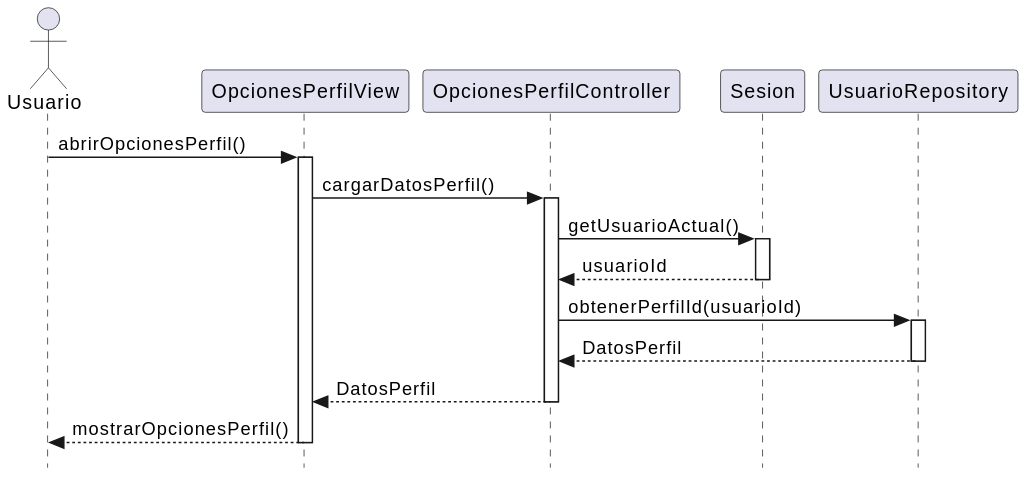
manuelmunoz8/25-26-idsw2-sdVC keeps this PlantUML diagram as RUP/02-diseño/imagenes/abrirOpcionesPerfil/abrirOpcionesPerfil.svg. Above is the earlier version. The source it was exported from:
```plantuml
@startuml
skinparam style strictuml

actor "Usuario" as user
participant "OpcionesPerfilView" as view
participant "OpcionesPerfilController" as controller
participant "Sesion" as sesion
participant "UsuarioRepository" as repo

user -> view : abrirOpcionesPerfil()
activate view
view -> controller : cargarDatosPerfil()
activate controller
controller -> sesion : getUsuarioActual()
activate sesion
sesion --> controller : usuarioId
deactivate sesion
controller -> repo : obtenerPerfilId(usuarioId)
activate repo
repo --> controller : DatosPerfil
deactivate repo
controller --> view : DatosPerfil
deactivate controller
view --> user : mostrarOpcionesPerfil()
deactivate view
@enduml
```
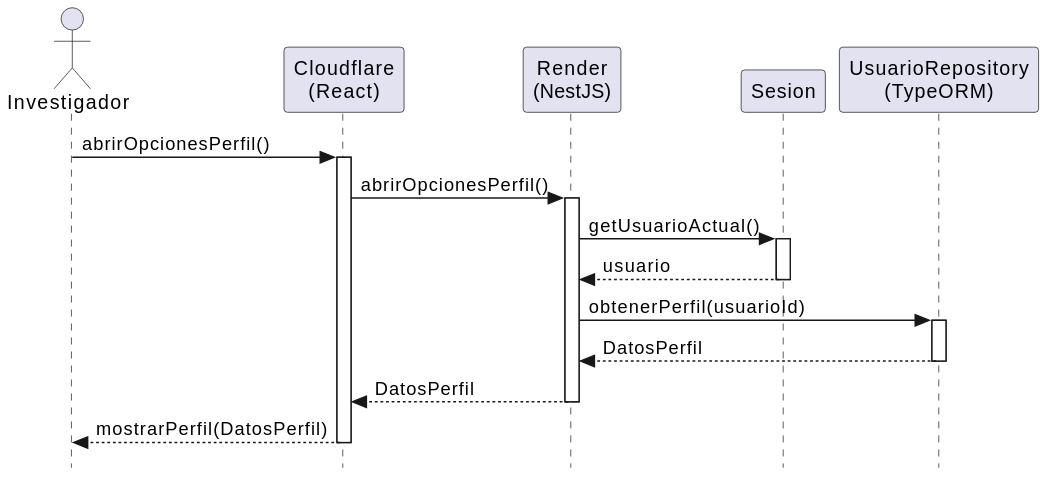
Above is the later version.

What changed in the source:
```diff
@@ -1,26 +1,36 @@
 @startuml
 skinparam style strictuml
+skinparam backgroundColor white
+skinparam shadowing false
 
-actor "Usuario" as user
-participant "OpcionesPerfilView" as view
-participant "OpcionesPerfilController" as controller
-participant "Sesion" as sesion
-participant "UsuarioRepository" as repo
+actor Investigador
+participant "Cloudflare\n(React)" as View
+participant "Render\n(NestJS)" as Controller
+participant "Sesion" as Sesion
+participant "UsuarioRepository\n(TypeORM)" as Repo
 
-user -> view : abrirOpcionesPerfil()
-activate view
-view -> controller : cargarDatosPerfil()
-activate controller
-controller -> sesion : getUsuarioActual()
-activate sesion
-sesion --> controller : usuarioId
-deactivate sesion
-controller -> repo : obtenerPerfilId(usuarioId)
-activate repo
-repo --> controller : DatosPerfil
-deactivate repo
-controller --> view : DatosPerfil
-deactivate controller
-view --> user : mostrarOpcionesPerfil()
-deactivate view
+Investigador -> View : abrirOpcionesPerfil()
+activate View
+
+View -> Controller : abrirOpcionesPerfil()
+activate Controller
+
+
+Controller -> Sesion : getUsuarioActual()
+activate Sesion
+
+Sesion --> Controller : usuario
+deactivate Sesion
+
+Controller -> Repo : obtenerPerfil(usuarioId)
+activate Repo
+
+Repo --> Controller : DatosPerfil
+deactivate Repo
+
+Controller --> View : DatosPerfil
+deactivate Controller
+
+View --> Investigador : mostrarPerfil(DatosPerfil)
+deactivate View
 @enduml
```
